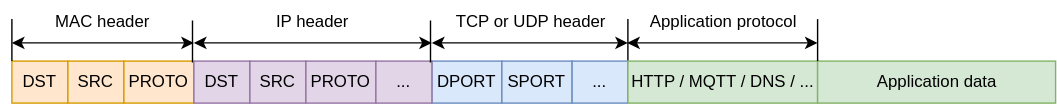
This is media/frame.svg from cpq/embedded-network-programming-guide, a draw.io export, as it was before one commit. Source tidied: cells renumbered, new cells last; positions are measured from the earlier drawing's top-left corner, leaving out a move shared by most shapes.
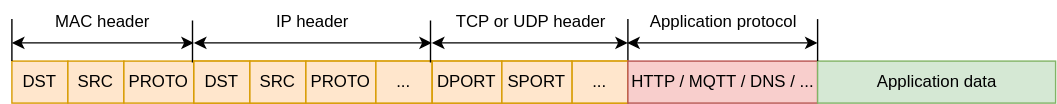
Above is the later version.

Change to the diagram source:
```diff
@@ -8,16 +8,16 @@
         <mxPoint x="440" y="13" as="targetPoint" />
       </mxGeometry>
     </mxCell>
-    <mxCell id="3" style="group;" parent="1" vertex="1">
+    <mxCell id="3" style="group;fillColor=#ffe6cc;strokeColor=#d79b00;" parent="1" vertex="1">
       <mxGeometry x="300" y="43" width="140" height="30" as="geometry" />
     </mxCell>
-    <mxCell id="4" value="DPORT" style="rounded=0;whiteSpace=wrap;html=1;fillColor=#dae8fc;strokeColor=#6c8ebf;" parent="3" vertex="1">
+    <mxCell id="4" value="DPORT" style="rounded=0;whiteSpace=wrap;html=1;fillColor=#ffe6cc;strokeColor=#d79b00;" parent="3" vertex="1">
       <mxGeometry width="50" height="30" as="geometry" />
     </mxCell>
-    <mxCell id="5" value="..." style="rounded=0;whiteSpace=wrap;html=1;fillColor=#dae8fc;strokeColor=#6c8ebf;" parent="3" vertex="1">
+    <mxCell id="5" value="..." style="rounded=0;whiteSpace=wrap;html=1;fillColor=#ffe6cc;strokeColor=#d79b00;" parent="3" vertex="1">
       <mxGeometry x="100" width="40" height="30" as="geometry" />
     </mxCell>
-    <mxCell id="6" value="SPORT" style="rounded=0;whiteSpace=wrap;html=1;fillColor=#dae8fc;strokeColor=#6c8ebf;" parent="3" vertex="1">
+    <mxCell id="6" value="SPORT" style="rounded=0;whiteSpace=wrap;html=1;fillColor=#ffe6cc;strokeColor=#d79b00;" parent="3" vertex="1">
       <mxGeometry x="50" width="50" height="30" as="geometry" />
     </mxCell>
     <mxCell id="7" value="DST" style="rounded=0;whiteSpace=wrap;html=1;fillColor=#ffe6cc;strokeColor=#d79b00;" parent="1" vertex="1">
@@ -59,19 +59,19 @@
         <mxPoint y="13" as="targetPoint" />
       </mxGeometry>
     </mxCell>
-    <mxCell id="16" style="group;" parent="1" vertex="1">
+    <mxCell id="16" style="group;fillColor=#ffe6cc;strokeColor=#d79b00;" parent="1" vertex="1">
       <mxGeometry x="130" y="43" width="170" height="30" as="geometry" />
     </mxCell>
-    <mxCell id="17" value="DST" style="rounded=0;whiteSpace=wrap;html=1;fillColor=#e1d5e7;strokeColor=#9673a6;" parent="16" vertex="1">
+    <mxCell id="17" value="DST" style="rounded=0;whiteSpace=wrap;html=1;fillColor=#ffe6cc;strokeColor=#d79b00;" parent="16" vertex="1">
       <mxGeometry width="40" height="30" as="geometry" />
     </mxCell>
-    <mxCell id="18" value="SRC" style="rounded=0;whiteSpace=wrap;html=1;fillColor=#e1d5e7;strokeColor=#9673a6;" parent="16" vertex="1">
+    <mxCell id="18" value="SRC" style="rounded=0;whiteSpace=wrap;html=1;fillColor=#ffe6cc;strokeColor=#d79b00;" parent="16" vertex="1">
       <mxGeometry x="40" width="40" height="30" as="geometry" />
     </mxCell>
-    <mxCell id="19" value="PROTO" style="rounded=0;whiteSpace=wrap;html=1;fillColor=#e1d5e7;strokeColor=#9673a6;" parent="16" vertex="1">
+    <mxCell id="19" value="PROTO" style="rounded=0;whiteSpace=wrap;html=1;fillColor=#ffe6cc;strokeColor=#d79b00;" parent="16" vertex="1">
       <mxGeometry x="80" width="50" height="30" as="geometry" />
     </mxCell>
-    <mxCell id="20" value="..." style="rounded=0;whiteSpace=wrap;html=1;fillColor=#e1d5e7;strokeColor=#9673a6;" parent="16" vertex="1">
+    <mxCell id="20" value="..." style="rounded=0;whiteSpace=wrap;html=1;fillColor=#ffe6cc;strokeColor=#d79b00;" parent="16" vertex="1">
       <mxGeometry x="130" width="40" height="30" as="geometry" />
     </mxCell>
     <mxCell id="21" style="endArrow=none;html=1;rounded=0;" parent="1" edge="1">
@@ -95,7 +95,7 @@
     <mxCell id="24" value="TCP or UDP header" style="text;html=1;strokeColor=none;fillColor=none;align=center;verticalAlign=middle;whiteSpace=wrap;rounded=0;" parent="1" vertex="1">
       <mxGeometry x="306" width="130" height="30" as="geometry" />
     </mxCell>
-    <mxCell id="25" value="HTTP / MQTT / DNS / ..." style="rounded=0;whiteSpace=wrap;html=1;fillColor=#d5e8d4;strokeColor=#82b366;" parent="1" vertex="1">
+    <mxCell id="25" value="HTTP / MQTT / DNS / ..." style="rounded=0;whiteSpace=wrap;html=1;fillColor=#f8cecc;strokeColor=#b85450;" parent="1" vertex="1">
       <mxGeometry x="440" y="43" width="135.5" height="30" as="geometry" />
     </mxCell>
     <mxCell id="26" value="Application data" style="rounded=0;whiteSpace=wrap;html=1;fillColor=#d5e8d4;strokeColor=#82b366;" parent="1" vertex="1">
```
